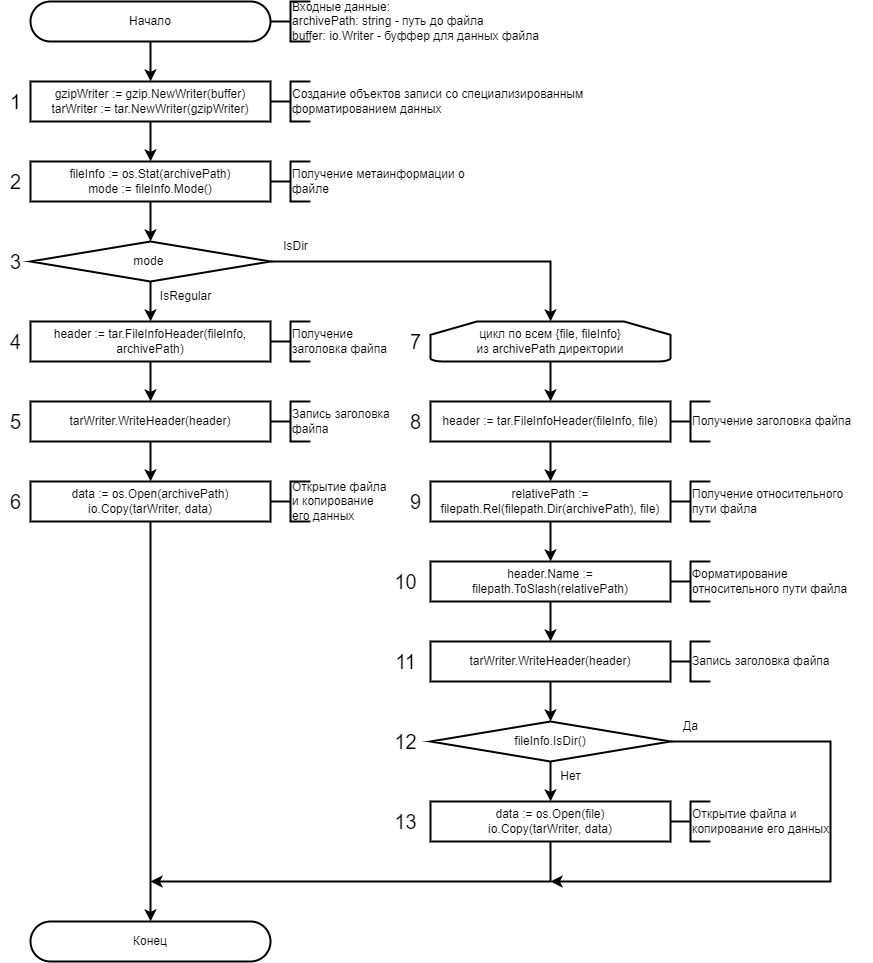
Above: images/algorithm/storage/algorithm-storage-select-handler.drawio.png in necroin/vss-docs (draw.io), before the change. Source tidied: cells renumbered, new cells last; positions are measured from the earlier drawing's top-left corner, leaving out a move shared by most shapes. Source of this version:
```xml
<mxGraphModel>
  <root>
    <mxCell id="0" />
    <mxCell id="1" parent="0" />
    <mxCell id="2" value="Начало" style="rounded=1;whiteSpace=wrap;html=1;arcSize=50;strokeWidth=2;" parent="1" vertex="1">
      <mxGeometry x="30" width="240" height="40" as="geometry" />
    </mxCell>
    <mxCell id="3" style="strokeWidth=2;html=1;shape=mxgraph.flowchart.annotation_2;align=left;labelPosition=right;" parent="1" vertex="1">
      <mxGeometry x="270" width="40" height="40" as="geometry" />
    </mxCell>
    <mxCell id="4" value="Входные данные:&lt;br&gt;archivePath: string - путь до файла&lt;br&gt;buffer: io.Writer - буффер для данных файла" style="rounded=0;whiteSpace=wrap;html=1;strokeColor=none;fillColor=none;strokeWidth=2;align=left;" parent="1" vertex="1">
      <mxGeometry x="290" width="260" height="40" as="geometry" />
    </mxCell>
    <mxCell id="5" value="gzipWriter := gzip.NewWriter(buffer)&lt;br&gt;tarWriter := tar.NewWriter(gzipWriter)" style="rounded=0;whiteSpace=wrap;html=1;strokeWidth=2;" parent="1" vertex="1">
      <mxGeometry x="30" y="80" width="240" height="40" as="geometry" />
    </mxCell>
    <mxCell id="6" style="endArrow=classic;html=1;rounded=0;strokeWidth=2;exitX=0.5;exitY=1;exitDx=0;exitDy=0;entryX=0.5;entryY=0;entryDx=0;entryDy=0;" parent="1" edge="1" source="2" target="5">
      <mxGeometry relative="1" as="geometry" />
    </mxCell>
    <mxCell id="7" value="Конец" style="rounded=1;whiteSpace=wrap;html=1;arcSize=50;strokeWidth=2;" parent="1" vertex="1">
      <mxGeometry x="30" y="920" width="240" height="40" as="geometry" />
    </mxCell>
    <mxCell id="8" value="fileInfo := os.Stat(archivePath)&lt;br&gt;mode := fileInfo.Mode()" style="rounded=0;whiteSpace=wrap;html=1;strokeWidth=2;" parent="1" vertex="1">
      <mxGeometry x="30" y="160" width="240" height="40" as="geometry" />
    </mxCell>
    <mxCell id="9" style="endArrow=classic;html=1;rounded=0;strokeWidth=2;exitX=0.5;exitY=1;exitDx=0;exitDy=0;entryX=0.5;entryY=0;entryDx=0;entryDy=0;" parent="1" edge="1" source="8" target="11">
      <mxGeometry relative="1" as="geometry" />
    </mxCell>
    <mxCell id="10" style="endArrow=classic;html=1;rounded=0;strokeWidth=2;exitX=0.5;exitY=1;exitDx=0;exitDy=0;entryX=0.5;entryY=0;entryDx=0;entryDy=0;" parent="1" edge="1" source="5" target="8">
      <mxGeometry relative="1" as="geometry" />
    </mxCell>
    <mxCell id="11" value="mode&amp;nbsp;" style="rhombus;whiteSpace=wrap;html=1;strokeWidth=2;" parent="1" vertex="1">
      <mxGeometry x="30" y="240" width="240" height="40" as="geometry" />
    </mxCell>
    <mxCell id="12" value="header := tar.FileInfoHeader(fileInfo, archivePath)" style="rounded=0;whiteSpace=wrap;html=1;strokeWidth=2;" parent="1" vertex="1">
      <mxGeometry x="30" y="320" width="240" height="40" as="geometry" />
    </mxCell>
    <mxCell id="13" value="IsRegular" style="text;html=1;align=center;verticalAlign=middle;strokeColor=none;fillColor=none;strokeWidth=2;" parent="1" vertex="1">
      <mxGeometry x="150" y="280" width="70" height="30" as="geometry" />
    </mxCell>
    <mxCell id="14" value="IsDir" style="text;html=1;align=center;verticalAlign=middle;strokeColor=none;fillColor=none;strokeWidth=2;" parent="1" vertex="1">
      <mxGeometry x="270" y="230" width="50" height="30" as="geometry" />
    </mxCell>
    <mxCell id="15" style="endArrow=classic;html=1;rounded=0;strokeWidth=2;exitX=0.5;exitY=1;exitDx=0;exitDy=0;entryX=0.5;entryY=0;entryDx=0;entryDy=0;" parent="1" edge="1" source="11" target="12">
      <mxGeometry relative="1" as="geometry" />
    </mxCell>
    <mxCell id="16" style="endArrow=classic;html=1;rounded=0;strokeWidth=2;entryX=0.5;entryY=0;entryDx=0;entryDy=0;exitX=1;exitY=0.5;exitDx=0;exitDy=0;edgeStyle=orthogonalEdgeStyle;entryPerimeter=0;" parent="1" edge="1" source="11" target="20">
      <mxGeometry relative="1" as="geometry" />
    </mxCell>
    <mxCell id="17" style="endArrow=classic;html=1;rounded=0;strokeWidth=2;exitX=0.5;exitY=1;exitDx=0;exitDy=0;entryX=0.5;entryY=0;entryDx=0;entryDy=0;" parent="1" edge="1" source="12" target="18">
      <mxGeometry relative="1" as="geometry" />
    </mxCell>
    <mxCell id="18" value="tarWriter.WriteHeader(header)" style="rounded=0;whiteSpace=wrap;html=1;strokeWidth=2;" parent="1" vertex="1">
      <mxGeometry x="30" y="400" width="240" height="40" as="geometry" />
    </mxCell>
    <mxCell id="19" value="data := os.Open(archivePath)&lt;br&gt;io.Copy(tarWriter, data)" style="rounded=0;whiteSpace=wrap;html=1;strokeWidth=2;" parent="1" vertex="1">
      <mxGeometry x="30" y="480" width="240" height="40" as="geometry" />
    </mxCell>
    <mxCell id="20" value="цикл по всем {file, fileInfo} &lt;br&gt;из&amp;nbsp;archivePath директории" style="strokeWidth=2;html=1;shape=mxgraph.flowchart.loop_limit;whiteSpace=wrap;fillColor=none;" parent="1" vertex="1">
      <mxGeometry x="430" y="320" width="240" height="40" as="geometry" />
    </mxCell>
    <mxCell id="21" value="header := tar.FileInfoHeader(fileInfo, file)" style="rounded=0;whiteSpace=wrap;html=1;strokeWidth=2;" parent="1" vertex="1">
      <mxGeometry x="430" y="400" width="240" height="40" as="geometry" />
    </mxCell>
    <mxCell id="22" value="relativePath := filepath.Rel(filepath.Dir(archivePath), file)" style="rounded=0;whiteSpace=wrap;html=1;strokeWidth=2;" parent="1" vertex="1">
      <mxGeometry x="430" y="480" width="240" height="40" as="geometry" />
    </mxCell>
    <mxCell id="23" value="header.Name := filepath.ToSlash(relativePath)" style="rounded=0;whiteSpace=wrap;html=1;strokeWidth=2;" parent="1" vertex="1">
      <mxGeometry x="430" y="560" width="240" height="40" as="geometry" />
    </mxCell>
    <mxCell id="24" value="tarWriter.WriteHeader(header)" style="rounded=0;whiteSpace=wrap;html=1;strokeWidth=2;" parent="1" vertex="1">
      <mxGeometry x="430" y="640" width="240" height="40" as="geometry" />
    </mxCell>
    <mxCell id="25" value="fileInfo.IsDir()" style="rhombus;whiteSpace=wrap;html=1;strokeWidth=2;" parent="1" vertex="1">
      <mxGeometry x="430" y="720" width="240" height="40" as="geometry" />
    </mxCell>
    <mxCell id="26" style="endArrow=classic;html=1;rounded=0;strokeWidth=2;exitX=0.5;exitY=1;exitDx=0;exitDy=0;exitPerimeter=0;entryX=0.5;entryY=0;entryDx=0;entryDy=0;" parent="1" edge="1" source="20" target="21">
      <mxGeometry relative="1" as="geometry" />
    </mxCell>
    <mxCell id="27" style="endArrow=classic;html=1;rounded=0;strokeWidth=2;exitX=0.5;exitY=1;exitDx=0;exitDy=0;entryX=0.5;entryY=0;entryDx=0;entryDy=0;" parent="1" edge="1" source="18" target="19">
      <mxGeometry relative="1" as="geometry" />
    </mxCell>
    <mxCell id="28" style="endArrow=classic;html=1;rounded=0;strokeWidth=2;exitX=0.5;exitY=1;exitDx=0;exitDy=0;entryX=0.5;entryY=0;entryDx=0;entryDy=0;" parent="1" edge="1" source="21" target="22">
      <mxGeometry relative="1" as="geometry" />
    </mxCell>
    <mxCell id="29" style="endArrow=classic;html=1;rounded=0;strokeWidth=2;exitX=0.5;exitY=1;exitDx=0;exitDy=0;entryX=0.5;entryY=0;entryDx=0;entryDy=0;" parent="1" edge="1" source="22" target="23">
      <mxGeometry relative="1" as="geometry" />
    </mxCell>
    <mxCell id="30" style="endArrow=classic;html=1;rounded=0;strokeWidth=2;exitX=0.5;exitY=1;exitDx=0;exitDy=0;entryX=0.5;entryY=0;entryDx=0;entryDy=0;" parent="1" edge="1" source="23" target="24">
      <mxGeometry relative="1" as="geometry" />
    </mxCell>
    <mxCell id="31" style="endArrow=classic;html=1;rounded=0;strokeWidth=2;exitX=0.5;exitY=1;exitDx=0;exitDy=0;entryX=0.5;entryY=0;entryDx=0;entryDy=0;" parent="1" edge="1" source="24" target="25">
      <mxGeometry relative="1" as="geometry" />
    </mxCell>
    <mxCell id="32" value="data := os.Open(file)&lt;br&gt;io.Copy(tarWriter, data)" style="rounded=0;whiteSpace=wrap;html=1;strokeWidth=2;" parent="1" vertex="1">
      <mxGeometry x="430" y="800" width="240" height="40" as="geometry" />
    </mxCell>
    <mxCell id="33" style="endArrow=classic;html=1;rounded=0;strokeWidth=2;exitX=0.5;exitY=1;exitDx=0;exitDy=0;entryX=0.5;entryY=0;entryDx=0;entryDy=0;" parent="1" edge="1" source="25" target="32">
      <mxGeometry relative="1" as="geometry" />
    </mxCell>
    <mxCell id="34" value="Нет" style="text;html=1;align=center;verticalAlign=middle;strokeColor=none;fillColor=none;strokeWidth=2;" parent="1" vertex="1">
      <mxGeometry x="550" y="760" width="40" height="30" as="geometry" />
    </mxCell>
    <mxCell id="35" style="endArrow=classic;html=1;rounded=0;strokeWidth=2;entryX=0.5;entryY=0;entryDx=0;entryDy=0;" parent="1" edge="1" target="7">
      <mxGeometry relative="1" as="geometry">
        <mxPoint x="150" y="520" as="sourcePoint" />
      </mxGeometry>
    </mxCell>
    <mxCell id="36" style="endArrow=classic;html=1;rounded=0;strokeWidth=2;exitX=1;exitY=0.5;exitDx=0;exitDy=0;edgeStyle=orthogonalEdgeStyle;" parent="1" edge="1" source="25">
      <mxGeometry relative="1" as="geometry">
        <mxPoint x="550" y="880" as="targetPoint" />
        <Array as="points">
          <mxPoint x="830" y="740" />
          <mxPoint x="830" y="880" />
        </Array>
      </mxGeometry>
    </mxCell>
    <mxCell id="37" style="endArrow=classic;html=1;rounded=0;strokeWidth=2;exitX=0.5;exitY=1;exitDx=0;exitDy=0;edgeStyle=orthogonalEdgeStyle;" parent="1" edge="1" source="32">
      <mxGeometry relative="1" as="geometry">
        <mxPoint x="150" y="880" as="targetPoint" />
        <Array as="points">
          <mxPoint x="550" y="880" />
        </Array>
      </mxGeometry>
    </mxCell>
    <mxCell id="38" value="Да" style="text;html=1;align=center;verticalAlign=middle;strokeColor=none;fillColor=none;strokeWidth=2;" parent="1" vertex="1">
      <mxGeometry x="670" y="710" width="40" height="30" as="geometry" />
    </mxCell>
    <mxCell id="39" value="1" style="text;html=1;align=center;verticalAlign=middle;strokeColor=none;fillColor=none;fontSize=20;strokeWidth=2;" parent="1" vertex="1">
      <mxGeometry y="80" width="30" height="40" as="geometry" />
    </mxCell>
    <mxCell id="40" value="2" style="text;html=1;align=center;verticalAlign=middle;strokeColor=none;fillColor=none;fontSize=20;strokeWidth=2;" parent="1" vertex="1">
      <mxGeometry y="160" width="30" height="40" as="geometry" />
    </mxCell>
    <mxCell id="41" value="3" style="text;html=1;align=center;verticalAlign=middle;strokeColor=none;fillColor=none;fontSize=20;strokeWidth=2;" parent="1" vertex="1">
      <mxGeometry y="240" width="30" height="40" as="geometry" />
    </mxCell>
    <mxCell id="42" value="4" style="text;html=1;align=center;verticalAlign=middle;strokeColor=none;fillColor=none;fontSize=20;strokeWidth=2;" parent="1" vertex="1">
      <mxGeometry y="320" width="30" height="40" as="geometry" />
    </mxCell>
    <mxCell id="43" value="5" style="text;html=1;align=center;verticalAlign=middle;strokeColor=none;fillColor=none;fontSize=20;strokeWidth=2;" parent="1" vertex="1">
      <mxGeometry y="400" width="30" height="40" as="geometry" />
    </mxCell>
    <mxCell id="44" value="6" style="text;html=1;align=center;verticalAlign=middle;strokeColor=none;fillColor=none;fontSize=20;strokeWidth=2;" parent="1" vertex="1">
      <mxGeometry y="480" width="30" height="40" as="geometry" />
    </mxCell>
    <mxCell id="45" value="7" style="text;html=1;align=center;verticalAlign=middle;strokeColor=none;fillColor=none;fontSize=20;strokeWidth=2;" parent="1" vertex="1">
      <mxGeometry x="400" y="320" width="30" height="40" as="geometry" />
    </mxCell>
    <mxCell id="46" value="8" style="text;html=1;align=center;verticalAlign=middle;strokeColor=none;fillColor=none;fontSize=20;strokeWidth=2;" parent="1" vertex="1">
      <mxGeometry x="400" y="400" width="30" height="40" as="geometry" />
    </mxCell>
    <mxCell id="47" value="9" style="text;html=1;align=center;verticalAlign=middle;strokeColor=none;fillColor=none;fontSize=20;strokeWidth=2;" parent="1" vertex="1">
      <mxGeometry x="400" y="480" width="30" height="40" as="geometry" />
    </mxCell>
    <mxCell id="48" value="10" style="text;html=1;align=center;verticalAlign=middle;strokeColor=none;fillColor=none;fontSize=20;strokeWidth=2;" parent="1" vertex="1">
      <mxGeometry x="380" y="560" width="50" height="40" as="geometry" />
    </mxCell>
    <mxCell id="49" value="11" style="text;html=1;align=center;verticalAlign=middle;strokeColor=none;fillColor=none;fontSize=20;strokeWidth=2;" parent="1" vertex="1">
      <mxGeometry x="385" y="640" width="40" height="40" as="geometry" />
    </mxCell>
    <mxCell id="50" value="12" style="text;html=1;align=center;verticalAlign=middle;strokeColor=none;fillColor=none;fontSize=20;strokeWidth=2;" parent="1" vertex="1">
      <mxGeometry x="380" y="720" width="50" height="40" as="geometry" />
    </mxCell>
    <mxCell id="51" value="13" style="text;html=1;align=center;verticalAlign=middle;strokeColor=none;fillColor=none;fontSize=20;strokeWidth=2;" parent="1" vertex="1">
      <mxGeometry x="380" y="800" width="50" height="40" as="geometry" />
    </mxCell>
    <mxCell id="52" style="strokeWidth=2;html=1;shape=mxgraph.flowchart.annotation_2;align=left;labelPosition=right;" parent="1" vertex="1">
      <mxGeometry x="270" y="80" width="40" height="40" as="geometry" />
    </mxCell>
    <mxCell id="53" value="Создание объектов записи со специализированным форматированием данных" style="rounded=0;whiteSpace=wrap;html=1;strokeColor=none;fillColor=none;strokeWidth=2;align=left;" parent="1" vertex="1">
      <mxGeometry x="290" y="80" width="300" height="40" as="geometry" />
    </mxCell>
    <mxCell id="54" style="strokeWidth=2;html=1;shape=mxgraph.flowchart.annotation_2;align=left;labelPosition=right;" parent="1" vertex="1">
      <mxGeometry x="270" y="160" width="40" height="40" as="geometry" />
    </mxCell>
    <mxCell id="55" value="Получение метаинформации о файле" style="rounded=0;whiteSpace=wrap;html=1;strokeColor=none;fillColor=none;strokeWidth=2;align=left;" parent="1" vertex="1">
      <mxGeometry x="290" y="160" width="180" height="40" as="geometry" />
    </mxCell>
    <mxCell id="56" style="strokeWidth=2;html=1;shape=mxgraph.flowchart.annotation_2;align=left;labelPosition=right;" parent="1" vertex="1">
      <mxGeometry x="270" y="320" width="40" height="40" as="geometry" />
    </mxCell>
    <mxCell id="57" value="Получение заголовка файпа" style="rounded=0;whiteSpace=wrap;html=1;strokeColor=none;fillColor=none;strokeWidth=2;align=left;" parent="1" vertex="1">
      <mxGeometry x="290" y="320" width="100" height="40" as="geometry" />
    </mxCell>
    <mxCell id="58" style="strokeWidth=2;html=1;shape=mxgraph.flowchart.annotation_2;align=left;labelPosition=right;" parent="1" vertex="1">
      <mxGeometry x="270" y="400" width="40" height="40" as="geometry" />
    </mxCell>
    <mxCell id="59" value="Запись заголовка файпа" style="rounded=0;whiteSpace=wrap;html=1;strokeColor=none;fillColor=none;strokeWidth=2;align=left;" parent="1" vertex="1">
      <mxGeometry x="290" y="400" width="100" height="40" as="geometry" />
    </mxCell>
    <mxCell id="60" value="Открытие файла и копирование его данных" style="rounded=0;whiteSpace=wrap;html=1;strokeColor=none;fillColor=none;strokeWidth=2;align=left;" parent="1" vertex="1">
      <mxGeometry x="290" y="480" width="100" height="40" as="geometry" />
    </mxCell>
    <mxCell id="61" style="strokeWidth=2;html=1;shape=mxgraph.flowchart.annotation_2;align=left;labelPosition=right;" parent="1" vertex="1">
      <mxGeometry x="270" y="480" width="40" height="40" as="geometry" />
    </mxCell>
    <mxCell id="62" style="strokeWidth=2;html=1;shape=mxgraph.flowchart.annotation_2;align=left;labelPosition=right;" parent="1" vertex="1">
      <mxGeometry x="670" y="400" width="40" height="40" as="geometry" />
    </mxCell>
    <mxCell id="63" value="Получение заголовка файпа" style="rounded=0;whiteSpace=wrap;html=1;strokeColor=none;fillColor=none;strokeWidth=2;align=left;" parent="1" vertex="1">
      <mxGeometry x="690" y="400" width="180" height="40" as="geometry" />
    </mxCell>
    <mxCell id="64" style="strokeWidth=2;html=1;shape=mxgraph.flowchart.annotation_2;align=left;labelPosition=right;" parent="1" vertex="1">
      <mxGeometry x="670" y="480" width="40" height="40" as="geometry" />
    </mxCell>
    <mxCell id="65" value="Получение относительного пути файла" style="rounded=0;whiteSpace=wrap;html=1;strokeColor=none;fillColor=none;strokeWidth=2;align=left;" parent="1" vertex="1">
      <mxGeometry x="690" y="480" width="180" height="40" as="geometry" />
    </mxCell>
    <mxCell id="66" style="strokeWidth=2;html=1;shape=mxgraph.flowchart.annotation_2;align=left;labelPosition=right;" parent="1" vertex="1">
      <mxGeometry x="670" y="560" width="40" height="40" as="geometry" />
    </mxCell>
    <mxCell id="67" value="Форматирование относительного пути файла" style="rounded=0;whiteSpace=wrap;html=1;strokeColor=none;fillColor=none;strokeWidth=2;align=left;" parent="1" vertex="1">
      <mxGeometry x="690" y="560" width="180" height="40" as="geometry" />
    </mxCell>
    <mxCell id="68" style="strokeWidth=2;html=1;shape=mxgraph.flowchart.annotation_2;align=left;labelPosition=right;" parent="1" vertex="1">
      <mxGeometry x="670" y="640" width="40" height="40" as="geometry" />
    </mxCell>
    <mxCell id="69" value="Запись заголовка файпа" style="rounded=0;whiteSpace=wrap;html=1;strokeColor=none;fillColor=none;strokeWidth=2;align=left;" parent="1" vertex="1">
      <mxGeometry x="690" y="640" width="140" height="40" as="geometry" />
    </mxCell>
    <mxCell id="70" value="Открытие файла и копирование его данных" style="rounded=0;whiteSpace=wrap;html=1;strokeColor=none;fillColor=none;strokeWidth=2;align=left;" parent="1" vertex="1">
      <mxGeometry x="690" y="800" width="140" height="40" as="geometry" />
    </mxCell>
    <mxCell id="71" style="strokeWidth=2;html=1;shape=mxgraph.flowchart.annotation_2;align=left;labelPosition=right;" parent="1" vertex="1">
      <mxGeometry x="670" y="800" width="40" height="40" as="geometry" />
    </mxCell>
  </root>
</mxGraphModel>
```
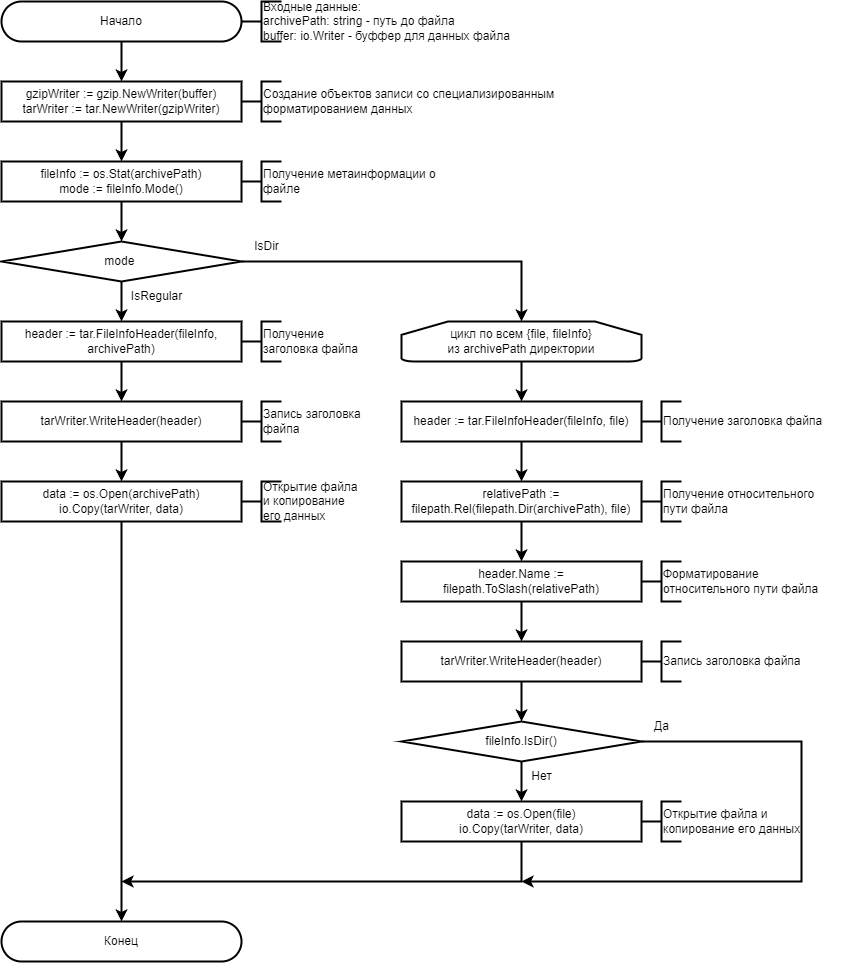
Above is the later version.

Change to the diagram source:
```diff
@@ -126,45 +126,6 @@
     <mxCell id="38" value="Да" style="text;html=1;align=center;verticalAlign=middle;strokeColor=none;fillColor=none;strokeWidth=2;" parent="1" vertex="1">
       <mxGeometry x="670" y="710" width="40" height="30" as="geometry" />
     </mxCell>
-    <mxCell id="39" value="1" style="text;html=1;align=center;verticalAlign=middle;strokeColor=none;fillColor=none;fontSize=20;strokeWidth=2;" parent="1" vertex="1">
-      <mxGeometry y="80" width="30" height="40" as="geometry" />
-    </mxCell>
-    <mxCell id="40" value="2" style="text;html=1;align=center;verticalAlign=middle;strokeColor=none;fillColor=none;fontSize=20;strokeWidth=2;" parent="1" vertex="1">
-      <mxGeometry y="160" width="30" height="40" as="geometry" />
-    </mxCell>
-    <mxCell id="41" value="3" style="text;html=1;align=center;verticalAlign=middle;strokeColor=none;fillColor=none;fontSize=20;strokeWidth=2;" parent="1" vertex="1">
-      <mxGeometry y="240" width="30" height="40" as="geometry" />
-    </mxCell>
-    <mxCell id="42" value="4" style="text;html=1;align=center;verticalAlign=middle;strokeColor=none;fillColor=none;fontSize=20;strokeWidth=2;" parent="1" vertex="1">
-      <mxGeometry y="320" width="30" height="40" as="geometry" />
-    </mxCell>
-    <mxCell id="43" value="5" style="text;html=1;align=center;verticalAlign=middle;strokeColor=none;fillColor=none;fontSize=20;strokeWidth=2;" parent="1" vertex="1">
-      <mxGeometry y="400" width="30" height="40" as="geometry" />
-    </mxCell>
-    <mxCell id="44" value="6" style="text;html=1;align=center;verticalAlign=middle;strokeColor=none;fillColor=none;fontSize=20;strokeWidth=2;" parent="1" vertex="1">
-      <mxGeometry y="480" width="30" height="40" as="geometry" />
-    </mxCell>
-    <mxCell id="45" value="7" style="text;html=1;align=center;verticalAlign=middle;strokeColor=none;fillColor=none;fontSize=20;strokeWidth=2;" parent="1" vertex="1">
-      <mxGeometry x="400" y="320" width="30" height="40" as="geometry" />
-    </mxCell>
-    <mxCell id="46" value="8" style="text;html=1;align=center;verticalAlign=middle;strokeColor=none;fillColor=none;fontSize=20;strokeWidth=2;" parent="1" vertex="1">
-      <mxGeometry x="400" y="400" width="30" height="40" as="geometry" />
-    </mxCell>
-    <mxCell id="47" value="9" style="text;html=1;align=center;verticalAlign=middle;strokeColor=none;fillColor=none;fontSize=20;strokeWidth=2;" parent="1" vertex="1">
-      <mxGeometry x="400" y="480" width="30" height="40" as="geometry" />
-    </mxCell>
-    <mxCell id="48" value="10" style="text;html=1;align=center;verticalAlign=middle;strokeColor=none;fillColor=none;fontSize=20;strokeWidth=2;" parent="1" vertex="1">
-      <mxGeometry x="380" y="560" width="50" height="40" as="geometry" />
-    </mxCell>
-    <mxCell id="49" value="11" style="text;html=1;align=center;verticalAlign=middle;strokeColor=none;fillColor=none;fontSize=20;strokeWidth=2;" parent="1" vertex="1">
-      <mxGeometry x="385" y="640" width="40" height="40" as="geometry" />
-    </mxCell>
-    <mxCell id="50" value="12" style="text;html=1;align=center;verticalAlign=middle;strokeColor=none;fillColor=none;fontSize=20;strokeWidth=2;" parent="1" vertex="1">
-      <mxGeometry x="380" y="720" width="50" height="40" as="geometry" />
-    </mxCell>
-    <mxCell id="51" value="13" style="text;html=1;align=center;verticalAlign=middle;strokeColor=none;fillColor=none;fontSize=20;strokeWidth=2;" parent="1" vertex="1">
-      <mxGeometry x="380" y="800" width="50" height="40" as="geometry" />
-    </mxCell>
     <mxCell id="52" style="strokeWidth=2;html=1;shape=mxgraph.flowchart.annotation_2;align=left;labelPosition=right;" parent="1" vertex="1">
       <mxGeometry x="270" y="80" width="40" height="40" as="geometry" />
     </mxCell>
```
